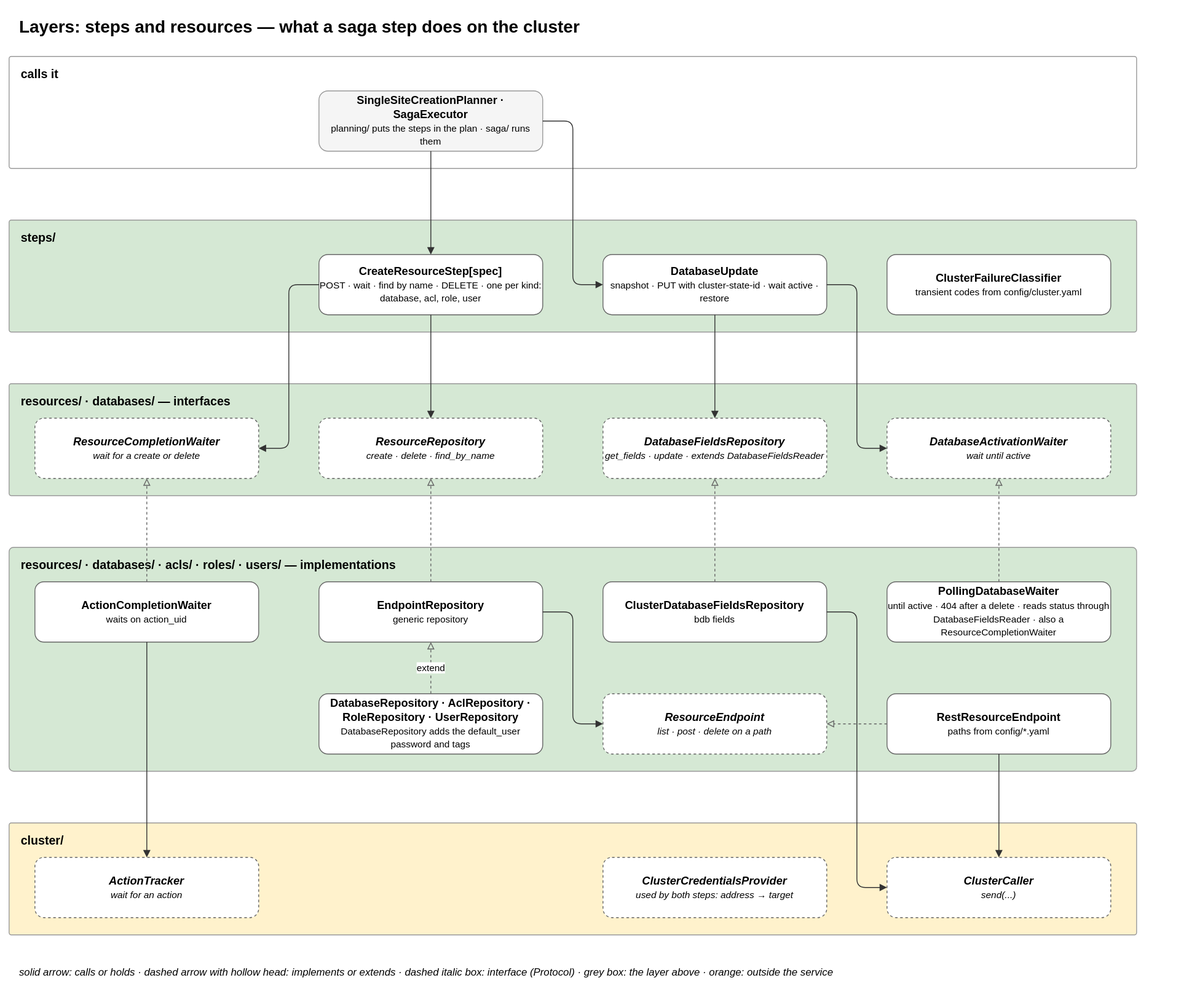
The draw.io diagram docs/diagrams/07-layer-steps-resources.drawio.svg in EliShteinman/redis-enterprise-services, before a commit. Source tidied: cells renumbered, new cells last; positions are measured from the earlier drawing's top-left corner, leaving out a move shared by most shapes.
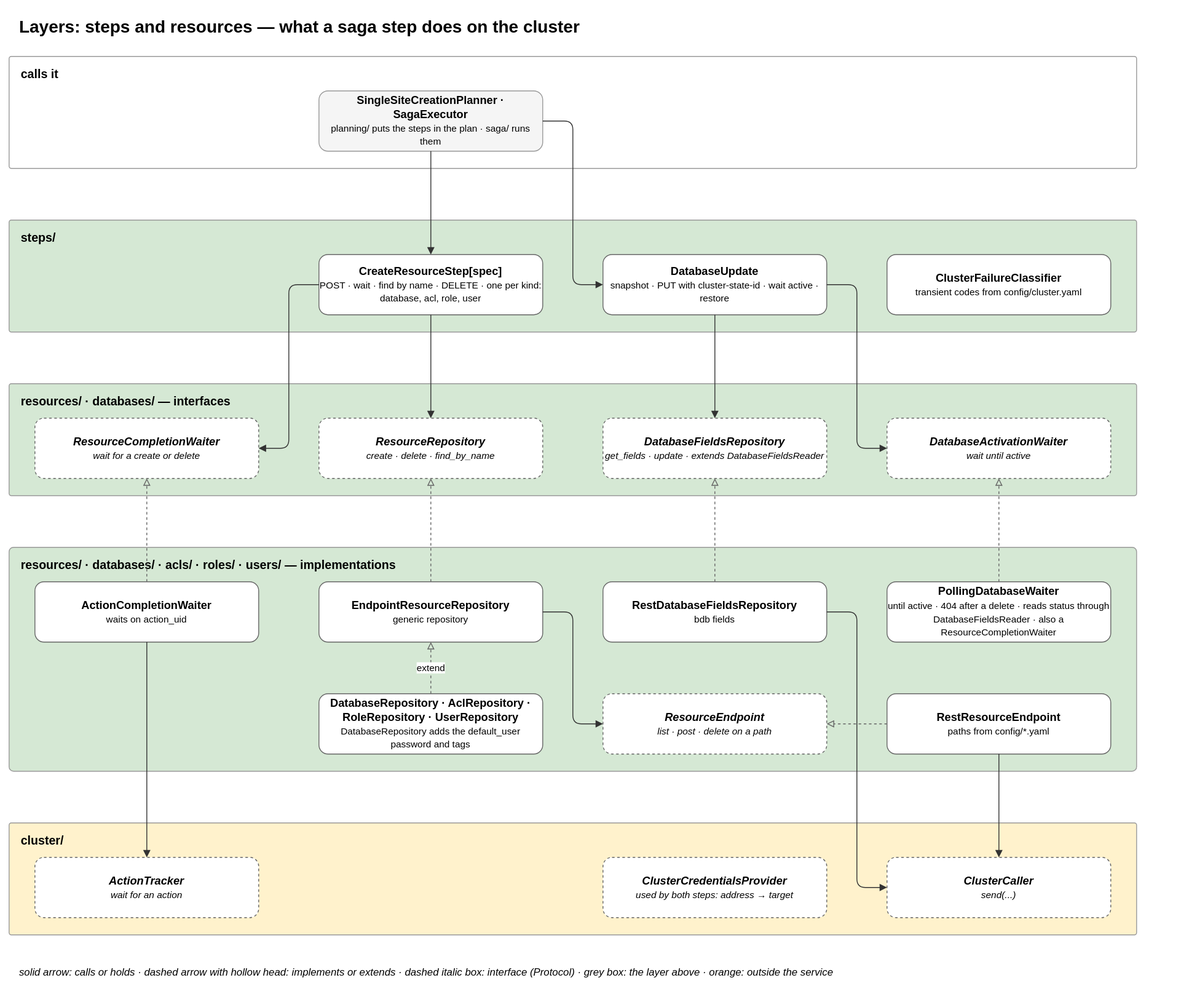
Above is the later version.

Commit message:
refactor(resources): implementations named after how they work, field names passed as field_names

The edit, as a diff of the source:
```diff
@@ -44,10 +44,10 @@
     <mxCell id="15" value="&lt;b&gt;ActionCompletionWaiter&lt;/b&gt;&lt;br&gt;&lt;font style='font-size:11px'&gt;waits on action_uid&lt;/font&gt;" style="rounded=1;whiteSpace=wrap;html=1;fillColor=#ffffff;strokeColor=#666666;fontSize=13;" parent="1" vertex="1">
       <mxGeometry x="30" y="665" width="260" height="70" as="geometry" />
     </mxCell>
-    <mxCell id="16" value="&lt;b&gt;EndpointRepository&lt;/b&gt;&lt;br&gt;&lt;font style='font-size:11px'&gt;generic repository&lt;/font&gt;" style="rounded=1;whiteSpace=wrap;html=1;fillColor=#ffffff;strokeColor=#666666;fontSize=13;" parent="1" vertex="1">
+    <mxCell id="16" value="&lt;b&gt;EndpointResourceRepository&lt;/b&gt;&lt;br&gt;&lt;font style='font-size:11px'&gt;generic repository&lt;/font&gt;" style="rounded=1;whiteSpace=wrap;html=1;fillColor=#ffffff;strokeColor=#666666;fontSize=13;" parent="1" vertex="1">
       <mxGeometry x="360" y="665" width="260" height="70" as="geometry" />
     </mxCell>
-    <mxCell id="17" value="&lt;b&gt;ClusterDatabaseFieldsRepository&lt;/b&gt;&lt;br&gt;&lt;font style='font-size:11px'&gt;bdb fields&lt;/font&gt;" style="rounded=1;whiteSpace=wrap;html=1;fillColor=#ffffff;strokeColor=#666666;fontSize=13;" parent="1" vertex="1">
+    <mxCell id="17" value="&lt;b&gt;RestDatabaseFieldsRepository&lt;/b&gt;&lt;br&gt;&lt;font style='font-size:11px'&gt;bdb fields&lt;/font&gt;" style="rounded=1;whiteSpace=wrap;html=1;fillColor=#ffffff;strokeColor=#666666;fontSize=13;" parent="1" vertex="1">
       <mxGeometry x="690" y="665" width="260" height="70" as="geometry" />
     </mxCell>
     <mxCell id="18" value="&lt;b&gt;PollingDatabaseWaiter&lt;/b&gt;&lt;br&gt;&lt;font style='font-size:11px'&gt;until active · 404 after a delete · reads status through DatabaseFieldsReader · also a ResourceCompletionWaiter&lt;/font&gt;" style="rounded=1;whiteSpace=wrap;html=1;fillColor=#ffffff;strokeColor=#666666;fontSize=13;" parent="1" vertex="1">
```
